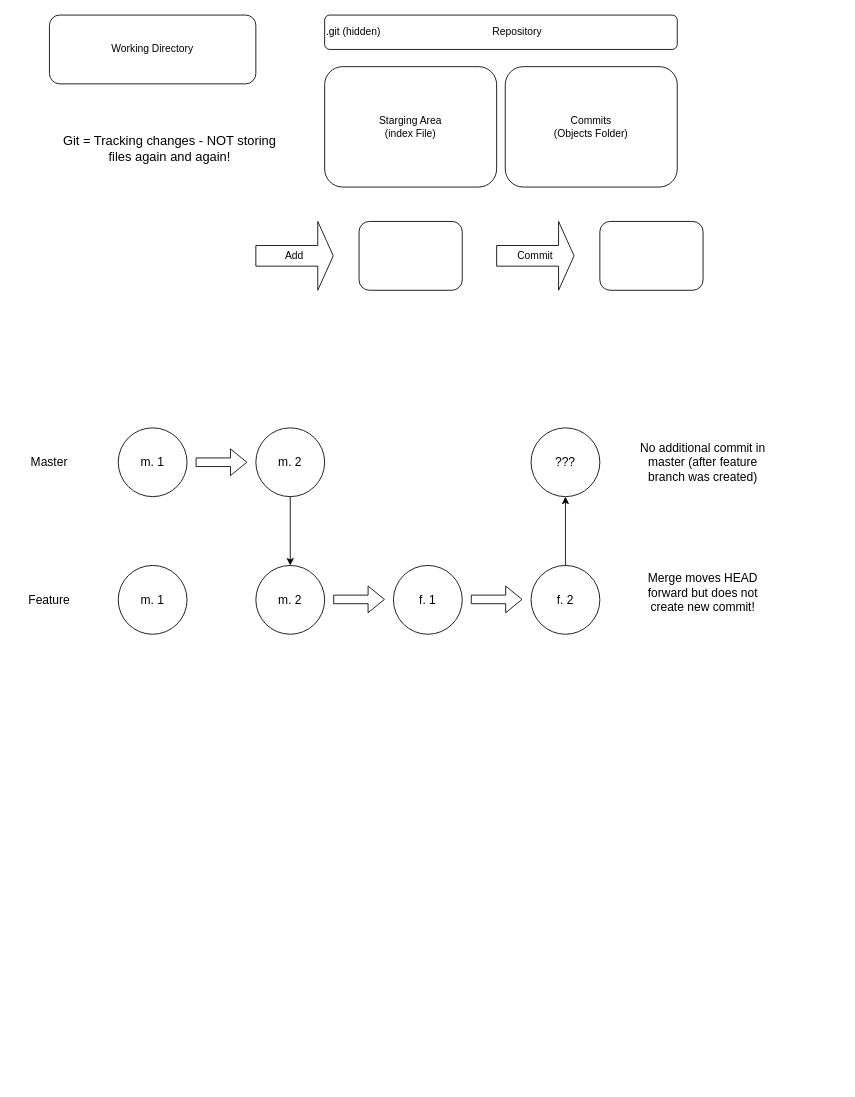
This is GitPractice.drawio from tyk1hc/drawio, a draw.io file, before an edit. Source tidied: cells renumbered, new cells numbered last; positions are measured from the earlier drawing's top-left corner, leaving out a move shared by most shapes. Both pictures are drawn from the tidied source at 86%, with x=0, y=0 at pixel (15, 15).
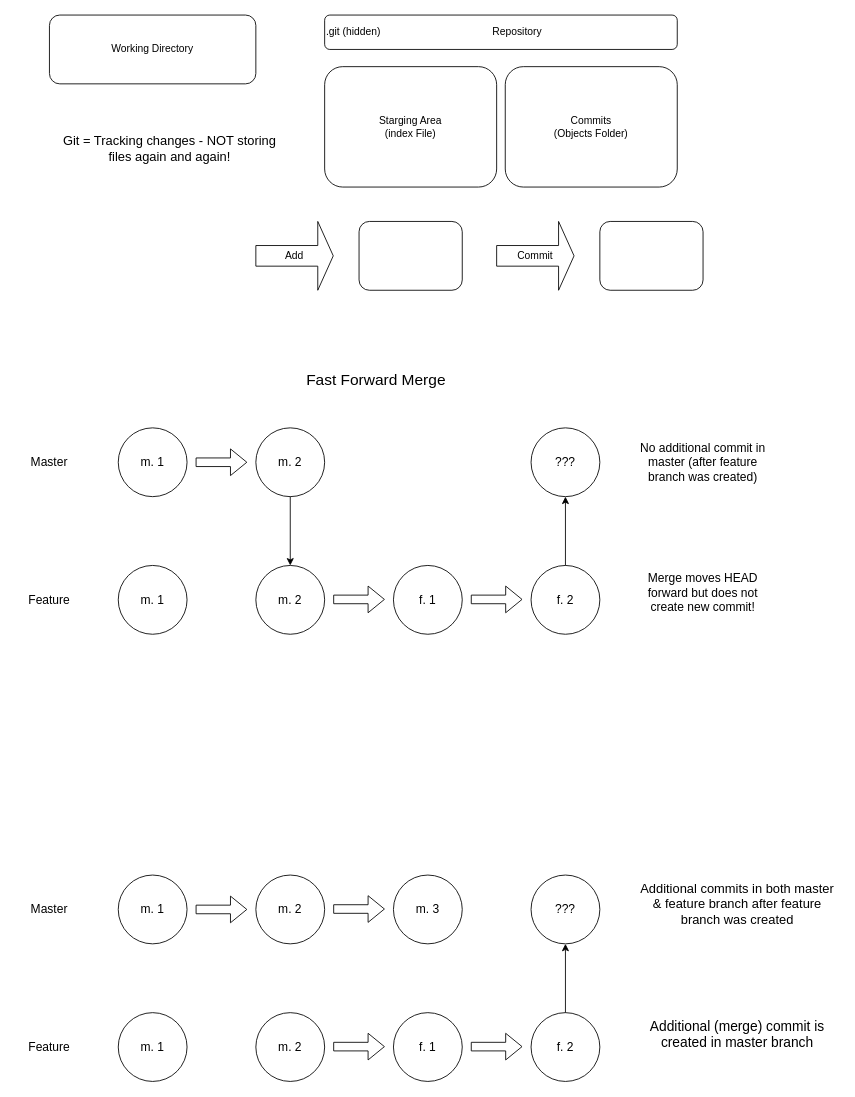
The same page after the edit.

What changed in the source:
```diff
@@
+    <mxCell id="27" value="&lt;font style=&quot;font-size: 18px;&quot;&gt;Fast Forward Merge&lt;/font&gt;" style="text;html=1;align=center;verticalAlign=middle;whiteSpace=wrap;rounded=0;" parent="1" vertex="1">
+      <mxGeometry x="320" y="410" width="200" height="30" as="geometry" />
+    </mxCell>
+    <mxCell id="28" value="Master" style="text;html=1;align=center;verticalAlign=middle;whiteSpace=wrap;rounded=0;fontSize=14;" parent="1" vertex="1">
+      <mxGeometry y="1020" width="80" height="40" as="geometry" />
+    </mxCell>
+    <mxCell id="29" value="&lt;font&gt;m. 1&lt;/font&gt;" style="ellipse;whiteSpace=wrap;html=1;fontSize=14;" parent="1" vertex="1">
+      <mxGeometry x="120" y="1000" width="80" height="80" as="geometry" />
+    </mxCell>
+    <mxCell id="30" value="&lt;font&gt;m. 2&lt;br&gt;&lt;/font&gt;" style="ellipse;whiteSpace=wrap;html=1;fontSize=14;" parent="1" vertex="1">
+      <mxGeometry x="280" y="1000" width="80" height="80" as="geometry" />
+    </mxCell>
+    <mxCell id="31" style="shape=flexArrow;endArrow=classic;html=1;rounded=0;" parent="1" edge="1">
+      <mxGeometry relative="1" as="geometry">
+        <mxPoint x="210" y="1040" as="sourcePoint" />
+        <mxPoint x="270" y="1040" as="targetPoint" />
+      </mxGeometry>
+    </mxCell>
+    <mxCell id="32" value="Feature" style="text;html=1;align=center;verticalAlign=middle;whiteSpace=wrap;rounded=0;fontSize=14;" parent="1" vertex="1">
+      <mxGeometry y="1180" width="80" height="40" as="geometry" />
+    </mxCell>
+    <mxCell id="33" value="&lt;font&gt;m. 1&lt;/font&gt;" style="ellipse;whiteSpace=wrap;html=1;fontSize=14;" parent="1" vertex="1">
+      <mxGeometry x="120" y="1160" width="80" height="80" as="geometry" />
+    </mxCell>
+    <mxCell id="34" value="&lt;font&gt;m. 2&lt;br&gt;&lt;/font&gt;" style="ellipse;whiteSpace=wrap;html=1;fontSize=14;" parent="1" vertex="1">
+      <mxGeometry x="280" y="1160" width="80" height="80" as="geometry" />
+    </mxCell>
+    <mxCell id="35" value="&lt;font&gt;f. 1&lt;/font&gt;" style="ellipse;whiteSpace=wrap;html=1;fontSize=14;" parent="1" vertex="1">
+      <mxGeometry x="440" y="1160" width="80" height="80" as="geometry" />
+    </mxCell>
+    <mxCell id="36" value="&lt;font&gt;f. 2&lt;br&gt;&lt;/font&gt;" style="ellipse;whiteSpace=wrap;html=1;fontSize=14;" parent="1" vertex="1">
+      <mxGeometry x="600" y="1160" width="80" height="80" as="geometry" />
+    </mxCell>
+    <mxCell id="37" style="shape=flexArrow;endArrow=classic;html=1;rounded=0;" parent="1" edge="1">
+      <mxGeometry relative="1" as="geometry">
+        <mxPoint x="370" y="1199.5" as="sourcePoint" />
+        <mxPoint x="430" y="1199.5" as="targetPoint" />
+      </mxGeometry>
+    </mxCell>
+    <mxCell id="38" value="&lt;font&gt;m. 3&lt;br&gt;&lt;/font&gt;" style="ellipse;whiteSpace=wrap;html=1;fontSize=14;" parent="1" vertex="1">
+      <mxGeometry x="440" y="1000" width="80" height="80" as="geometry" />
+    </mxCell>
+    <mxCell id="39" style="shape=flexArrow;endArrow=classic;html=1;rounded=0;" parent="1" edge="1">
+      <mxGeometry relative="1" as="geometry">
+        <mxPoint x="370" y="1039.5" as="sourcePoint" />
+        <mxPoint x="430" y="1039.5" as="targetPoint" />
+      </mxGeometry>
+    </mxCell>
+    <mxCell id="40" style="shape=flexArrow;endArrow=classic;html=1;rounded=0;" parent="1" edge="1">
+      <mxGeometry relative="1" as="geometry">
+        <mxPoint x="530" y="1199.5" as="sourcePoint" />
+        <mxPoint x="590" y="1199.5" as="targetPoint" />
+      </mxGeometry>
+    </mxCell>
+    <mxCell id="41" value="???" style="ellipse;whiteSpace=wrap;html=1;fontSize=14;" parent="1" vertex="1">
+      <mxGeometry x="600" y="1000" width="80" height="80" as="geometry" />
+    </mxCell>
+    <mxCell id="42" style="endArrow=classic;html=1;rounded=0;entryX=0.5;entryY=1;entryDx=0;entryDy=0;" parent="1" edge="1" target="41">
+      <mxGeometry relative="1" as="geometry">
+        <mxPoint x="640" y="1160" as="sourcePoint" />
+      </mxGeometry>
+    </mxCell>
+    <mxCell id="43" value="Additional commits in both master &amp; feature branch after feature branch was created" style="text;whiteSpace=wrap;align=center;fontSize=15;" parent="1" vertex="1">
+      <mxGeometry x="720" y="1000" width="240" height="80" as="geometry" />
+    </mxCell>
+    <mxCell id="44" value="Additional (merge) commit is created in master branch" style="text;whiteSpace=wrap;align=center;fontSize=16;" parent="1" vertex="1">
+      <mxGeometry x="720" y="1160" width="240" height="80" as="geometry" />
+    </mxCell>
```
